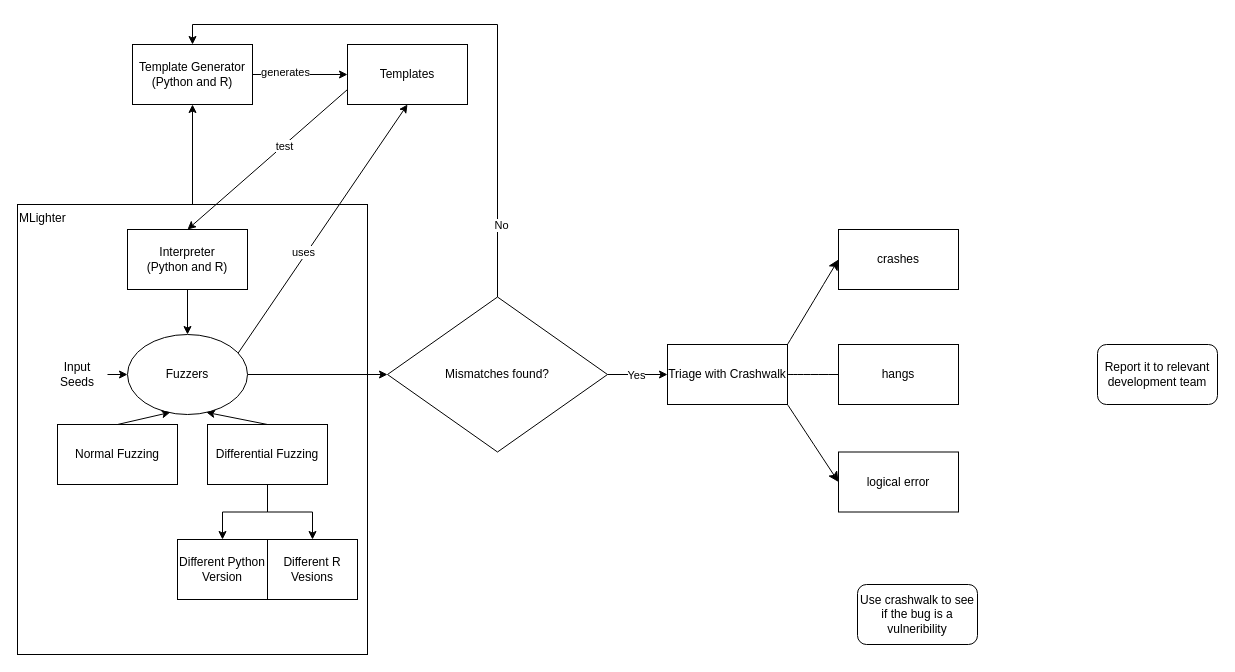
Earlier version of the draw.io diagram GenAndFuzz.drawio (GloC99/diagrams). Source tidied: cells renumbered, new cells numbered last; positions are measured from the earlier drawing's top-left corner, leaving out a move shared by most shapes. Both pictures are drawn from the tidied source at 100%, with x=0, y=0 at pixel (17, 44).
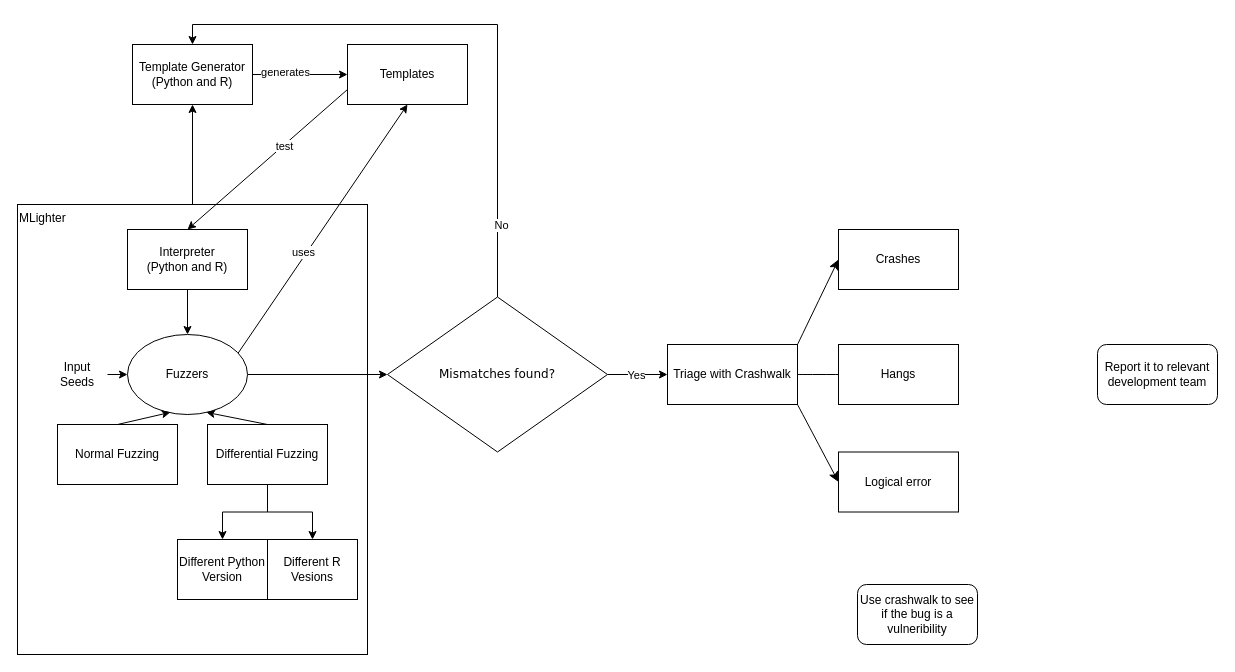
After the change.

Change to the diagram source:
```diff
@@
-    <mxCell id="30" value="Mismatches found?" style="rhombus;whiteSpace=wrap;html=1;" parent="1" vertex="1">
+    <mxCell id="30" value="&lt;font face=&quot;Verdana&quot;&gt;Mismatches found?&lt;/font&gt;" style="rhombus;whiteSpace=wrap;html=1;" parent="1" vertex="1">
       <mxGeometry x="370" y="252.5" width="220" height="155" as="geometry" />
     </mxCell>
@@
     <mxCell id="36" value="Triage with Crashwalk" style="rounded=0;whiteSpace=wrap;html=1;" parent="1" vertex="1">
-      <mxGeometry x="650" y="300" width="120" height="60" as="geometry" />
+      <mxGeometry x="650" y="300" width="130" height="60" as="geometry" />
     </mxCell>
-    <mxCell id="37" value="crashes" style="rounded=0;whiteSpace=wrap;html=1;" parent="1" vertex="1">
+    <mxCell id="37" value="Crashes" style="rounded=0;whiteSpace=wrap;html=1;" parent="1" vertex="1">
       <mxGeometry x="821" y="185" width="120" height="60" as="geometry" />
     </mxCell>
-    <mxCell id="38" value="hangs" style="rounded=0;whiteSpace=wrap;html=1;direction=west;" parent="1" vertex="1">
+    <mxCell id="38" value="Hangs" style="rounded=0;whiteSpace=wrap;html=1;direction=west;" parent="1" vertex="1">
       <mxGeometry x="821" y="300" width="120" height="60" as="geometry" />
     </mxCell>
-    <mxCell id="39" value="logical error" style="rounded=0;whiteSpace=wrap;html=1;" parent="1" vertex="1">
+    <mxCell id="39" value="Logical error" style="rounded=0;whiteSpace=wrap;html=1;" parent="1" vertex="1">
       <mxGeometry x="821" y="407.5" width="120" height="60" as="geometry" />
     </mxCell>
```
